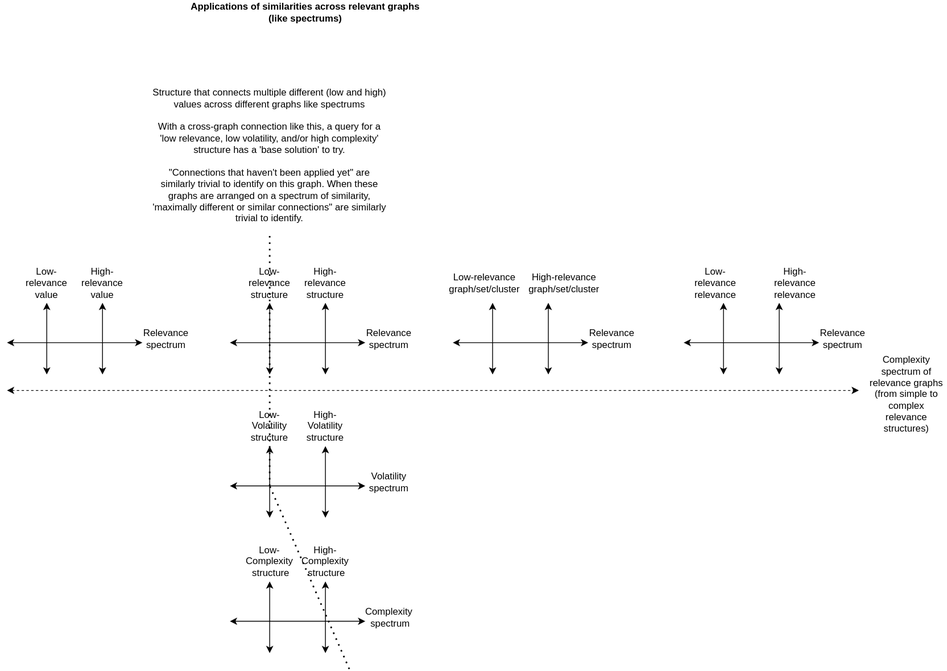
Above: docs/objects/cross_relevance_graph_similarities.drawio.svg in outdreamer/build-a-cure (draw.io), before the change. Source tidied: cells renumbered, new cells last; positions are measured from the earlier drawing's top-left corner, leaving out a move shared by most shapes.
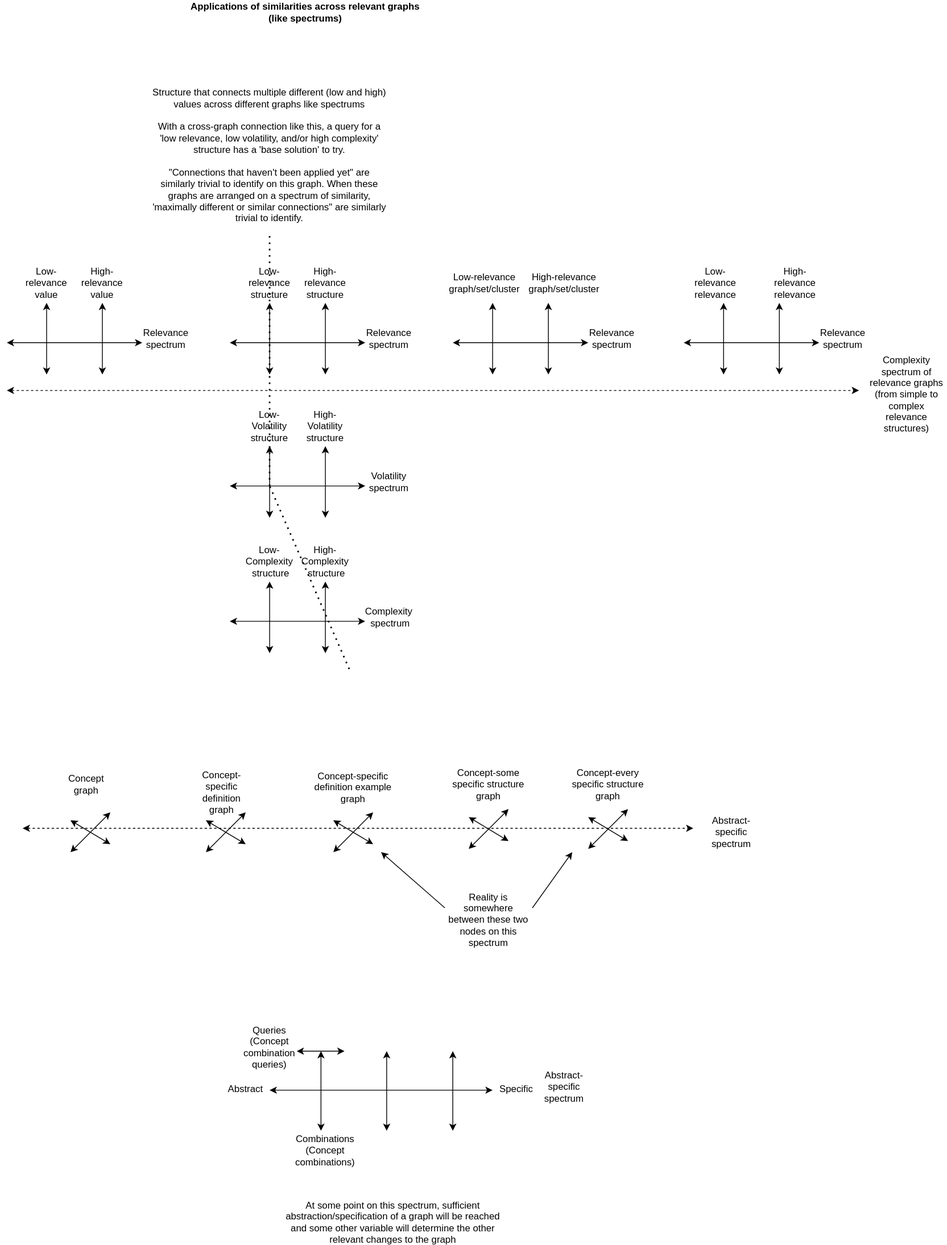
After the change.

Diff of the diagram source:
```diff
@@ -191,5 +191,150 @@
     <mxCell id="43" value="High-relevance relevance" style="text;html=1;strokeColor=none;fillColor=none;align=center;verticalAlign=middle;whiteSpace=wrap;rounded=0;" parent="1" vertex="1">
       <mxGeometry x="960" y="340" width="60" height="30" as="geometry" />
     </mxCell>
+    <mxCell id="44" style="endArrow=classic;startArrow=classic;html=1;rounded=0;" parent="1" edge="1">
+      <mxGeometry relative="1" as="geometry">
+        <mxPoint x="330" y="1369" as="sourcePoint" />
+        <mxPoint x="610" y="1369" as="targetPoint" />
+      </mxGeometry>
+    </mxCell>
+    <mxCell id="45" value="Abstract-specific spectrum" style="text;html=1;strokeColor=none;fillColor=none;align=center;verticalAlign=middle;whiteSpace=wrap;rounded=0;" parent="1" vertex="1">
+      <mxGeometry x="670" y="1350" width="60" height="30" as="geometry" />
+    </mxCell>
+    <mxCell id="46" style="endArrow=classic;startArrow=classic;html=1;rounded=0;" parent="1" edge="1">
+      <mxGeometry relative="1" as="geometry">
+        <mxPoint x="560" y="1320" as="sourcePoint" />
+        <mxPoint x="560" y="1420" as="targetPoint" />
+      </mxGeometry>
+    </mxCell>
+    <mxCell id="47" style="endArrow=classic;startArrow=classic;html=1;rounded=0;" parent="1" edge="1">
+      <mxGeometry relative="1" as="geometry">
+        <mxPoint x="394.5" y="1320" as="sourcePoint" />
+        <mxPoint x="394.5" y="1420" as="targetPoint" />
+      </mxGeometry>
+    </mxCell>
+    <mxCell id="48" style="endArrow=classic;startArrow=classic;html=1;rounded=0;" parent="1" edge="1">
+      <mxGeometry relative="1" as="geometry">
+        <mxPoint x="477" y="1320" as="sourcePoint" />
+        <mxPoint x="477" y="1420" as="targetPoint" />
+      </mxGeometry>
+    </mxCell>
+    <mxCell id="49" value="At some point on this spectrum, sufficient abstraction/specification of a graph will be reached and some other variable will determine the other relevant changes to the graph" style="text;html=1;strokeColor=none;fillColor=none;align=center;verticalAlign=middle;whiteSpace=wrap;rounded=0;" parent="1" vertex="1">
+      <mxGeometry x="340" y="1520" width="290" height="30" as="geometry" />
+    </mxCell>
+    <mxCell id="50" style="endArrow=classic;startArrow=classic;html=1;rounded=0;" parent="1" edge="1">
+      <mxGeometry relative="1" as="geometry">
+        <mxPoint x="424" y="1320" as="sourcePoint" />
+        <mxPoint x="364" y="1320" as="targetPoint" />
+      </mxGeometry>
+    </mxCell>
+    <mxCell id="51" value="Abstract" style="text;html=1;strokeColor=none;fillColor=none;align=center;verticalAlign=middle;whiteSpace=wrap;rounded=0;" parent="1" vertex="1">
+      <mxGeometry x="270" y="1353" width="60" height="30" as="geometry" />
+    </mxCell>
+    <mxCell id="52" value="Specific" style="text;html=1;strokeColor=none;fillColor=none;align=center;verticalAlign=middle;whiteSpace=wrap;rounded=0;" parent="1" vertex="1">
+      <mxGeometry x="610" y="1353" width="60" height="30" as="geometry" />
+    </mxCell>
+    <mxCell id="53" style="endArrow=classic;startArrow=classic;html=1;rounded=0;" parent="1" edge="1">
+      <mxGeometry relative="1" as="geometry">
+        <mxPoint x="80" y="1070" as="sourcePoint" />
+        <mxPoint x="130" y="1020" as="targetPoint" />
+      </mxGeometry>
+    </mxCell>
+    <mxCell id="54" style="endArrow=classic;startArrow=classic;html=1;rounded=0;" parent="1" edge="1">
+      <mxGeometry relative="1" as="geometry">
+        <mxPoint x="80" y="1030" as="sourcePoint" />
+        <mxPoint x="130" y="1060" as="targetPoint" />
+      </mxGeometry>
+    </mxCell>
+    <mxCell id="55" value="Concept graph" style="text;html=1;strokeColor=none;fillColor=none;align=center;verticalAlign=middle;whiteSpace=wrap;rounded=0;" parent="1" vertex="1">
+      <mxGeometry x="70" y="970" width="60" height="30" as="geometry" />
+    </mxCell>
+    <mxCell id="56" style="endArrow=classic;startArrow=classic;html=1;rounded=0;" parent="1" edge="1">
+      <mxGeometry relative="1" as="geometry">
+        <mxPoint x="250" y="1070" as="sourcePoint" />
+        <mxPoint x="300" y="1020" as="targetPoint" />
+      </mxGeometry>
+    </mxCell>
+    <mxCell id="57" style="endArrow=classic;startArrow=classic;html=1;rounded=0;" parent="1" edge="1">
+      <mxGeometry relative="1" as="geometry">
+        <mxPoint x="250" y="1030" as="sourcePoint" />
+        <mxPoint x="300" y="1060" as="targetPoint" />
+      </mxGeometry>
+    </mxCell>
+    <mxCell id="58" value="Concept-specific definition graph" style="text;html=1;strokeColor=none;fillColor=none;align=center;verticalAlign=middle;whiteSpace=wrap;rounded=0;" parent="1" vertex="1">
+      <mxGeometry x="240" y="980" width="60" height="30" as="geometry" />
+    </mxCell>
+    <mxCell id="59" style="endArrow=classic;startArrow=classic;html=1;rounded=0;" parent="1" edge="1">
+      <mxGeometry relative="1" as="geometry">
+        <mxPoint x="410" y="1070" as="sourcePoint" />
+        <mxPoint x="460" y="1020" as="targetPoint" />
+      </mxGeometry>
+    </mxCell>
+    <mxCell id="60" style="endArrow=classic;startArrow=classic;html=1;rounded=0;" parent="1" edge="1">
+      <mxGeometry relative="1" as="geometry">
+        <mxPoint x="410" y="1030" as="sourcePoint" />
+        <mxPoint x="460" y="1060" as="targetPoint" />
+      </mxGeometry>
+    </mxCell>
+    <mxCell id="61" value="Concept-specific definition example graph" style="text;html=1;strokeColor=none;fillColor=none;align=center;verticalAlign=middle;whiteSpace=wrap;rounded=0;" parent="1" vertex="1">
+      <mxGeometry x="380" y="974" width="110" height="30" as="geometry" />
+    </mxCell>
+    <mxCell id="62" style="endArrow=classic;startArrow=classic;html=1;rounded=0;" parent="1" edge="1">
+      <mxGeometry relative="1" as="geometry">
+        <mxPoint x="580" y="1066" as="sourcePoint" />
+        <mxPoint x="630" y="1016" as="targetPoint" />
+      </mxGeometry>
+    </mxCell>
+    <mxCell id="63" style="endArrow=classic;startArrow=classic;html=1;rounded=0;" parent="1" edge="1">
+      <mxGeometry relative="1" as="geometry">
+        <mxPoint x="580" y="1026" as="sourcePoint" />
+        <mxPoint x="630" y="1056" as="targetPoint" />
+      </mxGeometry>
+    </mxCell>
+    <mxCell id="64" value="Concept-some specific structure graph" style="text;html=1;strokeColor=none;fillColor=none;align=center;verticalAlign=middle;whiteSpace=wrap;rounded=0;" parent="1" vertex="1">
+      <mxGeometry x="550" y="970" width="110" height="30" as="geometry" />
+    </mxCell>
+    <mxCell id="65" style="endArrow=classic;startArrow=classic;html=1;rounded=0;" parent="1" edge="1">
+      <mxGeometry relative="1" as="geometry">
+        <mxPoint x="730" y="1066" as="sourcePoint" />
+        <mxPoint x="780" y="1016" as="targetPoint" />
+      </mxGeometry>
+    </mxCell>
+    <mxCell id="66" style="endArrow=classic;startArrow=classic;html=1;rounded=0;" parent="1" edge="1">
+      <mxGeometry relative="1" as="geometry">
+        <mxPoint x="730" y="1026" as="sourcePoint" />
+        <mxPoint x="780" y="1056" as="targetPoint" />
+      </mxGeometry>
+    </mxCell>
+    <mxCell id="67" value="Concept-every specific structure graph" style="text;html=1;strokeColor=none;fillColor=none;align=center;verticalAlign=middle;whiteSpace=wrap;rounded=0;" parent="1" vertex="1">
+      <mxGeometry x="700" y="970" width="110" height="30" as="geometry" />
+    </mxCell>
+    <mxCell id="68" style="endArrow=classic;html=1;rounded=0;exitX=0;exitY=0;exitDx=0;exitDy=0;" parent="1" edge="1" source="69">
+      <mxGeometry relative="1" as="geometry">
+        <mxPoint x="470" y="1070" as="targetPoint" />
+      </mxGeometry>
+    </mxCell>
+    <mxCell id="69" value="Reality is somewhere between these two nodes on this spectrum" style="text;html=1;strokeColor=none;fillColor=none;align=center;verticalAlign=middle;whiteSpace=wrap;rounded=0;" parent="1" vertex="1">
+      <mxGeometry x="550" y="1140" width="110" height="30" as="geometry" />
+    </mxCell>
+    <mxCell id="70" style="endArrow=classic;html=1;rounded=0;exitX=1;exitY=0;exitDx=0;exitDy=0;" parent="1" edge="1" source="69">
+      <mxGeometry relative="1" as="geometry">
+        <mxPoint x="710" y="1070" as="targetPoint" />
+      </mxGeometry>
+    </mxCell>
+    <mxCell id="71" style="endArrow=classic;startArrow=classic;html=1;rounded=0;dashed=1;" parent="1" edge="1">
+      <mxGeometry relative="1" as="geometry">
+        <mxPoint x="20" y="1040" as="sourcePoint" />
+        <mxPoint x="862" y="1040" as="targetPoint" />
+      </mxGeometry>
+    </mxCell>
+    <mxCell id="72" value="Abstract-specific spectrum" style="text;html=1;strokeColor=none;fillColor=none;align=center;verticalAlign=middle;whiteSpace=wrap;rounded=0;" parent="1" vertex="1">
+      <mxGeometry x="880" y="1030" width="60" height="30" as="geometry" />
+    </mxCell>
+    <mxCell id="73" value="Combinations (Concept combinations)" style="text;html=1;strokeColor=none;fillColor=none;align=center;verticalAlign=middle;whiteSpace=wrap;rounded=0;" parent="1" vertex="1">
+      <mxGeometry x="370" y="1430" width="60" height="30" as="geometry" />
+    </mxCell>
+    <mxCell id="74" value="Queries (Concept combination&lt;br&gt;queries)" style="text;html=1;strokeColor=none;fillColor=none;align=center;verticalAlign=middle;whiteSpace=wrap;rounded=0;" parent="1" vertex="1">
+      <mxGeometry x="300" y="1300" width="60" height="30" as="geometry" />
+    </mxCell>
   </root>
 </mxGraphModel>
```
